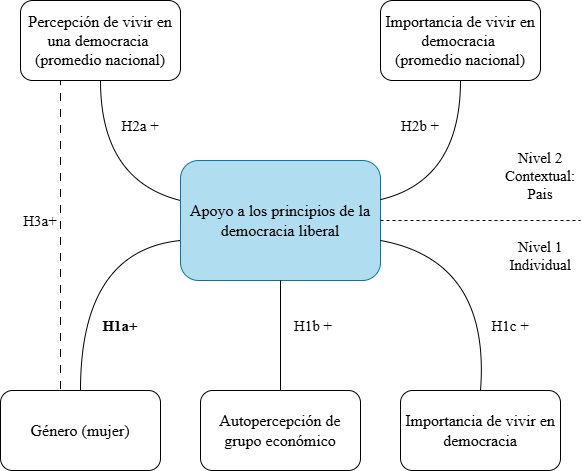
The draw.io diagram input/img/modelo_visual.png in multinivel-facso/trabajo1-grupo-9, before a commit. Source tidied: cells renumbered, new cells last; positions are measured from the earlier drawing's top-left corner, leaving out a move shared by most shapes.
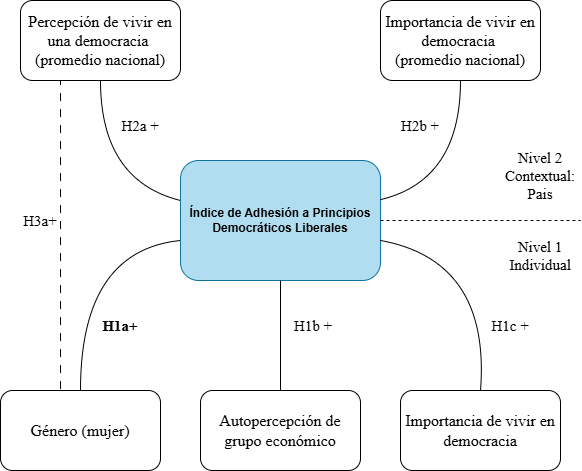
The same diagram one commit later.

Change to the diagram source:
```diff
@@ -2,7 +2,7 @@
   <root>
     <mxCell id="0" />
     <mxCell id="1" parent="0" />
-    <mxCell id="2" value="&lt;font face=&quot;Times New Roman&quot; style=&quot;font-size: 16px;&quot;&gt;Apoyo a los principios de la democracia liberal&lt;/font&gt;" style="rounded=1;whiteSpace=wrap;html=1;fillColor=#b1ddf0;strokeColor=#10739e;" parent="1" vertex="1">
+    <mxCell id="2" value="&lt;p&gt;&lt;b&gt;Índice de Adhesión a Principios Democráticos Liberales&lt;/b&gt;&lt;/p&gt;" style="rounded=1;whiteSpace=wrap;html=1;fillColor=#b1ddf0;strokeColor=#10739e;" parent="1" vertex="1">
       <mxGeometry x="180" y="160" width="200" height="120" as="geometry" />
     </mxCell>
     <mxCell id="3" value="&lt;font face=&quot;Times New Roman&quot; style=&quot;font-size: 16px;&quot;&gt;Percepción de vivir en una democracia&amp;nbsp;&lt;/font&gt;&lt;div&gt;&lt;font face=&quot;Times New Roman&quot; style=&quot;font-size: 16px;&quot;&gt;(promedio nacional)&lt;/font&gt;&lt;/div&gt;" style="rounded=1;whiteSpace=wrap;html=1;" parent="1" vertex="1">
```
